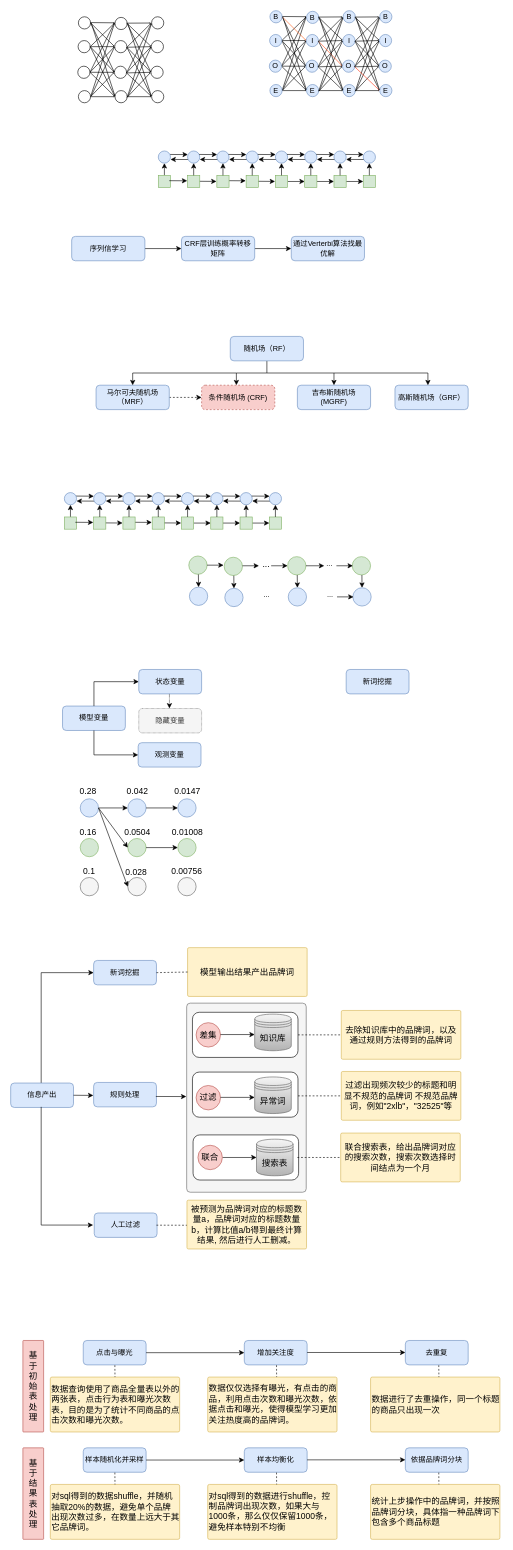
The draw.io diagram 未命名绘图.drawio in ChenaniahMe/codes, before the edit. Source tidied: cells renumbered, new cells numbered last; positions are measured from the earlier drawing's top-left corner, leaving out a move shared by most shapes. Both pictures are drawn from the tidied source at 61%, with x=0, y=0 at pixel (10, 10).
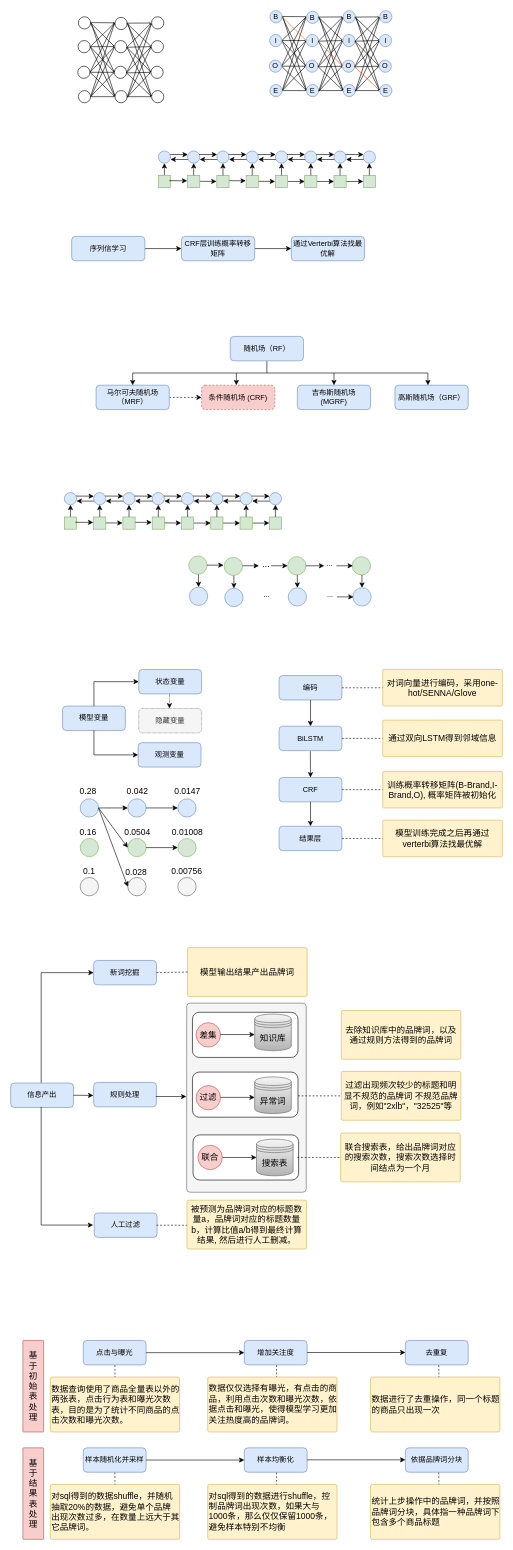
After the change.

Commit message:
更新未命名绘图.drawio

Unchanged cells that the change refers to:
```xml
<mxCell id="5" style="rounded=1;whiteSpace=wrap;html=1;fontSize=14;" parent="1" vertex="1">
  <mxGeometry x="298" y="1642" width="173" height="74" as="geometry" />
</mxCell>
<mxCell id="299" value="&lt;p id=&quot;id-o3UyfuSmOv&quot; class=&quot;ql-line&quot;&gt;&lt;font color=&quot;#000000&quot;&gt;去除知识库中的品牌词，以及通过规则方法得到的品牌词&lt;/font&gt;&lt;/p&gt;" style="rounded=1;whiteSpace=wrap;html=1;fontSize=14;arcSize=3;fillColor=#fff2cc;strokeColor=#d6b656;" parent="1" vertex="1">
  <mxGeometry x="542" y="1639" width="196" height="80" as="geometry" />
</mxCell>
```

The edit, as a diff of the source:
```diff
@@
-    <mxCell id="300" style="rounded=0;jettySize=auto;html=1;exitX=1;exitY=0.5;exitDx=0;exitDy=0;entryX=0;entryY=0.5;entryDx=0;entryDy=0;endArrow=none;endFill=0;dashed=1;" parent="1" edge="1" source="5" target="299">
-      <mxGeometry relative="1" as="geometry" />
-    </mxCell>
@@
+    <mxCell id="331" style="group;" parent="1" vertex="1">
+      <mxGeometry x="440" y="1080" width="366" height="307" as="geometry" />
+    </mxCell>
-    <mxCell id="330" value="新词挖掘" style="rounded=1;whiteSpace=wrap;html=1;fontSize=12;glass=0;strokeWidth=1;shadow=0;fillColor=#dae8fc;strokeColor=#6c8ebf;" parent="1" vertex="1">
-      <mxGeometry x="550" y="1080" width="103" height="40" as="geometry" />
+    <mxCell id="330" value="编码" style="rounded=1;whiteSpace=wrap;html=1;fontSize=12;glass=0;strokeWidth=1;shadow=0;fillColor=#dae8fc;strokeColor=#6c8ebf;" parent="331" vertex="1">
+      <mxGeometry y="10" width="103" height="40" as="geometry" />
     </mxCell>
+    <mxCell id="332" value="BiLSTM" style="rounded=1;whiteSpace=wrap;html=1;fontSize=12;glass=0;strokeWidth=1;shadow=0;fillColor=#dae8fc;strokeColor=#6c8ebf;" parent="331" vertex="1">
+      <mxGeometry y="93" width="103" height="40" as="geometry" />
+    </mxCell>
+    <mxCell id="333" value="CRF" style="rounded=1;whiteSpace=wrap;html=1;fontSize=12;glass=0;strokeWidth=1;shadow=0;fillColor=#dae8fc;strokeColor=#6c8ebf;" parent="331" vertex="1">
+      <mxGeometry y="177" width="103" height="40" as="geometry" />
+    </mxCell>
+    <mxCell id="334" value="结果层" style="rounded=1;whiteSpace=wrap;html=1;fontSize=12;glass=0;strokeWidth=1;shadow=0;fillColor=#dae8fc;strokeColor=#6c8ebf;" parent="331" vertex="1">
+      <mxGeometry y="257" width="103" height="40" as="geometry" />
+    </mxCell>
+    <mxCell id="335" style="rounded=0;jettySize=auto;html=1;exitX=0.5;exitY=1;exitDx=0;exitDy=0;edgeStyle=orthogonalEdgeStyle;entryX=0.5;entryY=0;entryDx=0;entryDy=0;" parent="331" edge="1" source="330" target="332">
+      <mxGeometry relative="1" as="geometry" />
+    </mxCell>
+    <mxCell id="336" style="rounded=0;jettySize=auto;html=1;entryX=0.5;entryY=0;entryDx=0;entryDy=0;exitX=0.498;exitY=1.023;exitDx=0;exitDy=0;exitPerimeter=0;" parent="331" edge="1" source="332" target="333">
+      <mxGeometry relative="1" as="geometry" />
+    </mxCell>
+    <mxCell id="337" style="rounded=0;jettySize=auto;html=1;exitX=0.5;exitY=1;exitDx=0;exitDy=0;entryX=0.5;entryY=0;entryDx=0;entryDy=0;" parent="331" edge="1" source="333" target="334">
+      <mxGeometry relative="1" as="geometry" />
+    </mxCell>
+    <mxCell id="338" value="&lt;p id=&quot;id-o3UyfuSmOv&quot; class=&quot;ql-line&quot;&gt;对词向量进行编码，采用one-hot/SENNA/Glove&lt;/p&gt;" style="rounded=1;whiteSpace=wrap;html=1;fontSize=14;arcSize=3;fillColor=#fff2cc;strokeColor=#d6b656;" parent="331" vertex="1">
+      <mxGeometry x="170" width="196" height="60" as="geometry" />
+    </mxCell>
+    <mxCell id="300" style="rounded=0;jettySize=auto;html=1;exitX=1;exitY=0.5;exitDx=0;exitDy=0;entryX=0;entryY=0.5;entryDx=0;entryDy=0;endArrow=none;endFill=0;dashed=1;" parent="331" edge="1" source="330" target="338">
+      <mxGeometry relative="1" as="geometry" />
+    </mxCell>
+    <mxCell id="339" value="&lt;p id=&quot;id-o3UyfuSmOv&quot; class=&quot;ql-line&quot;&gt;通过双向LSTM得到邻域信息&lt;br&gt;&lt;/p&gt;" style="rounded=1;whiteSpace=wrap;html=1;fontSize=14;arcSize=3;fillColor=#fff2cc;strokeColor=#d6b656;" parent="331" vertex="1">
+      <mxGeometry x="170" y="83" width="196" height="60" as="geometry" />
+    </mxCell>
+    <mxCell id="340" value="&lt;p id=&quot;id-o3UyfuSmOv&quot; class=&quot;ql-line&quot;&gt;训练概率转移矩阵(B-Brand,I-Brand,O), 概率矩阵被初始化&lt;br&gt;&lt;/p&gt;" style="rounded=1;whiteSpace=wrap;html=1;fontSize=14;arcSize=3;fillColor=#fff2cc;strokeColor=#d6b656;" parent="331" vertex="1">
+      <mxGeometry x="170" y="167" width="196" height="60" as="geometry" />
+    </mxCell>
+    <mxCell id="341" value="&lt;p id=&quot;id-o3UyfuSmOv&quot; class=&quot;ql-line&quot;&gt;模型训练完成之后再通过verterbi算法找最优解&lt;br&gt;&lt;/p&gt;" style="rounded=1;whiteSpace=wrap;html=1;fontSize=14;arcSize=3;fillColor=#fff2cc;strokeColor=#d6b656;" parent="331" vertex="1">
+      <mxGeometry x="170" y="247" width="196" height="60" as="geometry" />
+    </mxCell>
+    <mxCell id="342" style="rounded=0;jettySize=auto;html=1;exitX=1;exitY=0.5;exitDx=0;exitDy=0;entryX=0;entryY=0.5;entryDx=0;entryDy=0;endArrow=none;endFill=0;dashed=1;" parent="331" edge="1" source="332" target="339">
+      <mxGeometry relative="1" as="geometry" />
+    </mxCell>
+    <mxCell id="343" style="rounded=0;jettySize=auto;html=1;exitX=1;exitY=0.5;exitDx=0;exitDy=0;entryX=0;entryY=0.5;entryDx=0;entryDy=0;endArrow=none;endFill=0;dashed=1;" parent="331" edge="1" source="333" target="340">
+      <mxGeometry relative="1" as="geometry" />
+    </mxCell>
+    <mxCell id="344" style="rounded=0;jettySize=auto;html=1;exitX=1;exitY=0.5;exitDx=0;exitDy=0;entryX=0;entryY=0.5;entryDx=0;entryDy=0;endArrow=none;endFill=0;dashed=1;" parent="331" edge="1" source="334" target="341">
+      <mxGeometry relative="1" as="geometry" />
+    </mxCell>
```
